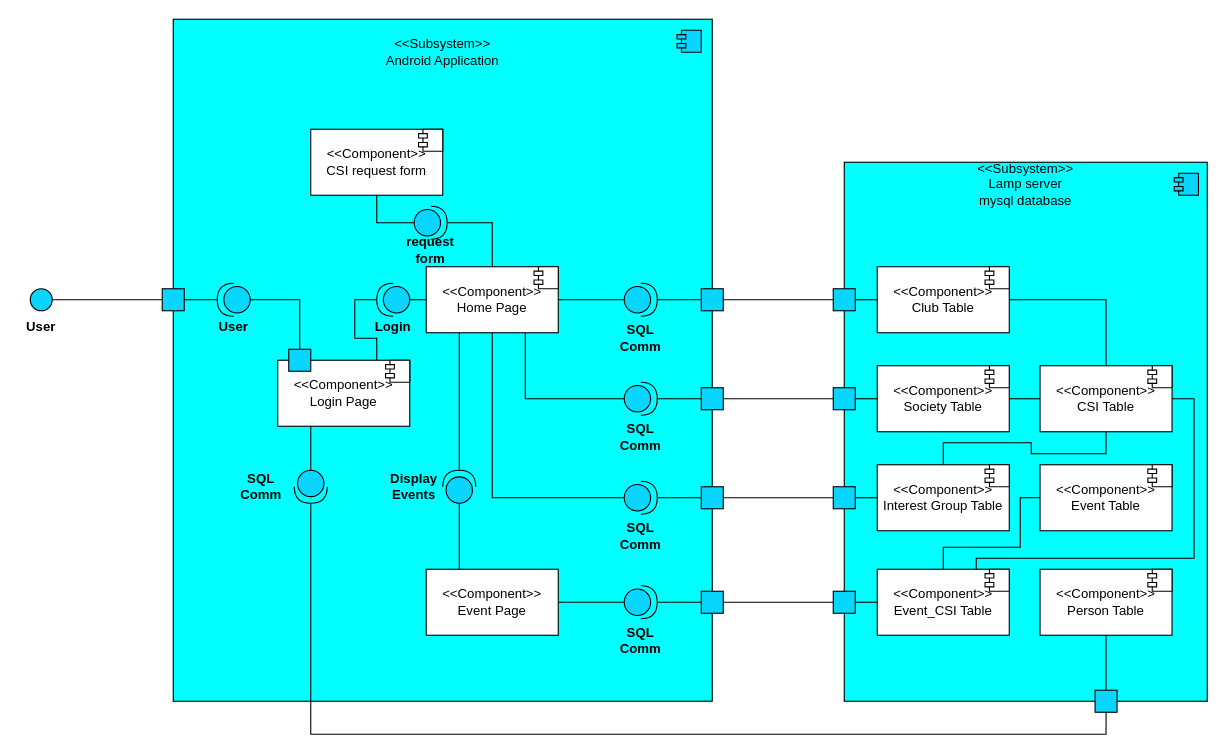
The draw.io diagram Diagrams/Component_Diagram.drawio in Makizoro/Overclock, before the edit. Source tidied: cells renumbered, new cells numbered last; positions are measured from the earlier drawing's top-left corner, leaving out a move shared by most shapes. Both pictures are drawn from the tidied source at 110%, with x=0, y=0 at pixel (19, 19).
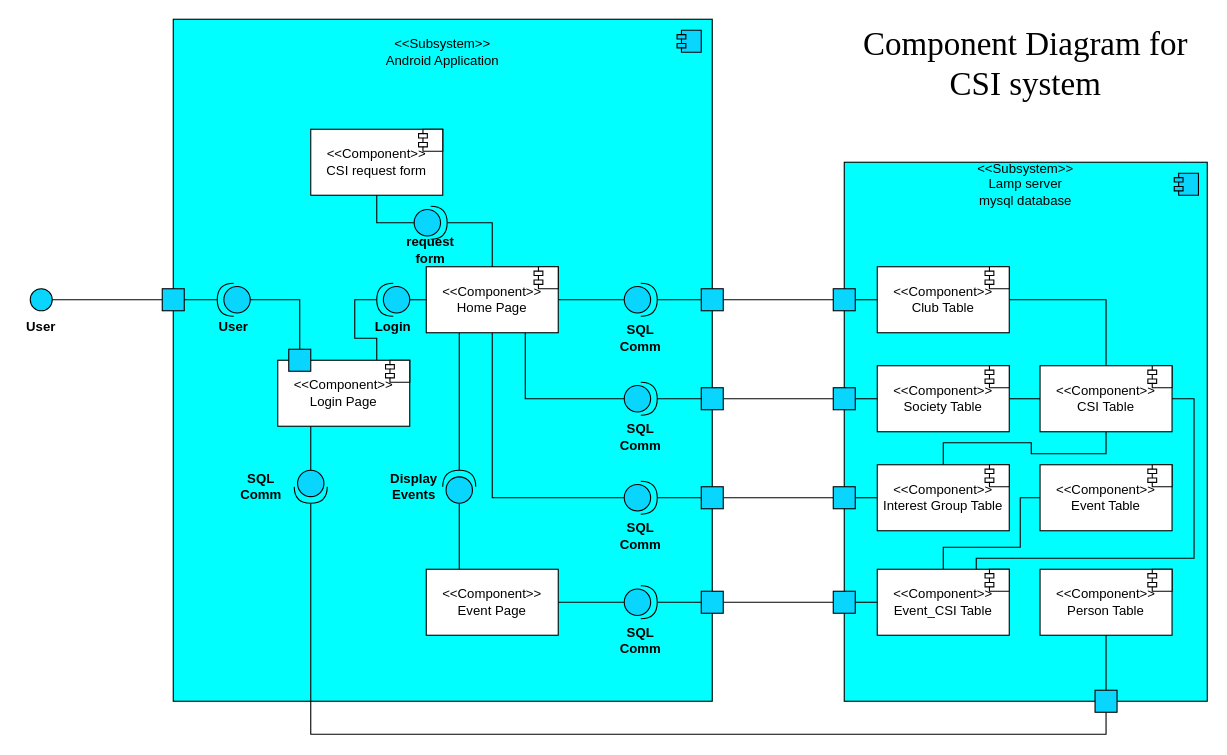
After the change.

Diff of the diagram source:
```diff
@@
+    <mxCell id="93" value="Component Diagram for CSI system" style="text;html=1;strokeColor=none;fillColor=none;align=center;verticalAlign=middle;whiteSpace=wrap;rounded=0;fontFamily=Times New Roman;fontSize=30;" parent="1" vertex="1">
+      <mxGeometry x="765" y="30" width="300" height="20" as="geometry" />
+    </mxCell>
```
